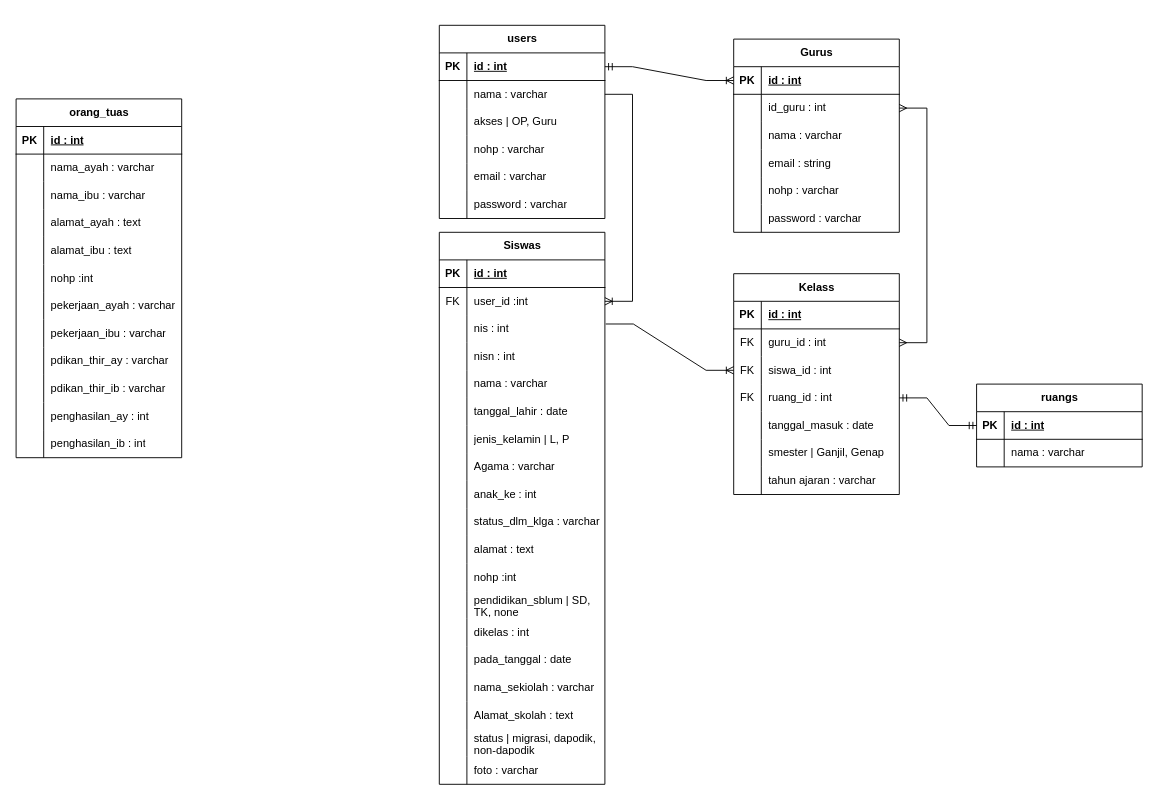
Earlier version of the draw.io diagram database.drawio (XxGembelxX/Rancangan_KP). Source tidied: cells renumbered, new cells numbered last; positions are measured from the earlier drawing's top-left corner, leaving out a move shared by most shapes. Both pictures are drawn from the tidied source at 92%, with x=0, y=0 at pixel (16, 25).
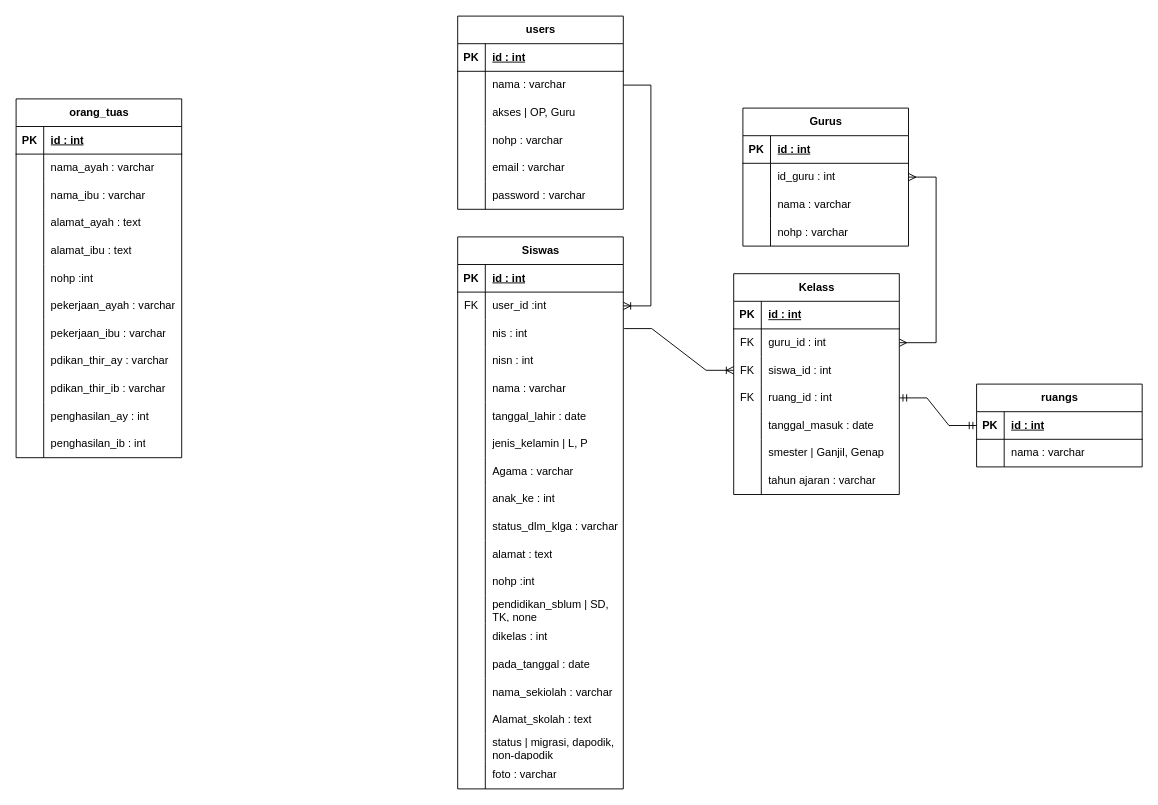
The same diagram, later.

Unchanged cells that the change refers to:
```xml
<mxCell id="3" style="shape=tableRow;horizontal=0;startSize=0;swimlaneHead=0;swimlaneBody=0;fillColor=none;points=[[0,0.5],[1,0.5]];portConstraint=eastwest;top=0;left=0;right=0;bottom=1;rounded=0;labelBackgroundColor=none;" parent="2" vertex="1">
  <mxGeometry y="30" width="180" height="30" as="geometry" />
</mxCell>
```

The edit, as a diff of the source:
```diff
@@
     <mxCell id="2" value="users" style="shape=table;startSize=30;childLayout=tableLayout;rowLines=0;fontStyle=1;align=center;html=1;rounded=0;labelBackgroundColor=none;" parent="1" vertex="1">
-      <mxGeometry x="460" width="180" height="210" as="geometry" />
+      <mxGeometry x="480" y="-10" width="180" height="210" as="geometry" />
     </mxCell>
@@
     <mxCell id="21" value="Siswas" style="shape=table;startSize=30;childLayout=tableLayout;rowLines=0;fontStyle=1;align=center;html=1;rounded=0;labelBackgroundColor=none;" parent="1" vertex="1">
-      <mxGeometry x="460" y="225" width="180" height="600" as="geometry" />
+      <mxGeometry x="480" y="230" width="180" height="600" as="geometry" />
     </mxCell>
@@
     <mxCell id="79" value="Gurus" style="shape=table;startSize=30;childLayout=tableLayout;rowLines=0;fontStyle=1;align=center;html=1;rounded=0;labelBackgroundColor=none;" parent="1" vertex="1">
-      <mxGeometry x="780" y="15" width="180" height="210" as="geometry" />
+      <mxGeometry x="790" y="90" width="180" height="150" as="geometry" />
     </mxCell>
@@
-    <mxCell id="89" style="shape=tableRow;horizontal=0;startSize=0;swimlaneHead=0;swimlaneBody=0;fillColor=none;top=0;left=0;right=0;bottom=0;rounded=0;labelBackgroundColor=none;" parent="79" vertex="1">
-      <mxGeometry y="120" width="180" height="30" as="geometry" />
-    </mxCell>
-    <mxCell id="90" style="shape=partialRectangle;fillColor=none;top=0;left=0;bottom=0;right=0;overflow=hidden;whiteSpace=wrap;html=1;rounded=0;labelBackgroundColor=none;" parent="89" vertex="1">
-      <mxGeometry width="30" height="30" as="geometry" />
-    </mxCell>
-    <mxCell id="91" value="email : string" style="shape=partialRectangle;fillColor=none;top=0;left=0;bottom=0;right=0;align=left;spacingLeft=6;overflow=hidden;whiteSpace=wrap;html=1;rounded=0;labelBackgroundColor=none;" parent="89" vertex="1">
-      <mxGeometry x="30" width="150" height="30" as="geometry" />
-    </mxCell>
     <mxCell id="92" style="shape=tableRow;horizontal=0;startSize=0;swimlaneHead=0;swimlaneBody=0;fillColor=none;top=0;left=0;right=0;bottom=0;rounded=0;labelBackgroundColor=none;" parent="79" vertex="1">
-      <mxGeometry y="150" width="180" height="30" as="geometry" />
+      <mxGeometry y="120" width="180" height="30" as="geometry" />
     </mxCell>
@@
-    <mxCell id="95" style="shape=tableRow;horizontal=0;startSize=0;swimlaneHead=0;swimlaneBody=0;fillColor=none;top=0;left=0;right=0;bottom=0;rounded=0;labelBackgroundColor=none;" parent="79" vertex="1">
-      <mxGeometry y="180" width="180" height="30" as="geometry" />
-    </mxCell>
-    <mxCell id="96" style="shape=partialRectangle;fillColor=none;top=0;left=0;bottom=0;right=0;overflow=hidden;whiteSpace=wrap;html=1;rounded=0;labelBackgroundColor=none;" parent="95" vertex="1">
-      <mxGeometry width="30" height="30" as="geometry" />
-    </mxCell>
-    <mxCell id="97" value="password : varchar" style="shape=partialRectangle;fillColor=none;top=0;left=0;bottom=0;right=0;align=left;spacingLeft=6;overflow=hidden;whiteSpace=wrap;html=1;rounded=0;labelBackgroundColor=none;" parent="95" vertex="1">
-      <mxGeometry x="30" width="150" height="30" as="geometry" />
-    </mxCell>
-    <mxCell id="98" style="edgeStyle=entityRelationEdgeStyle;fontSize=12;html=1;endArrow=ERoneToMany;startArrow=ERmandOne;rounded=0;exitX=1;exitY=0.5;exitDx=0;exitDy=0;labelBackgroundColor=none;fontColor=default;" parent="1" edge="1" source="3">
-      <mxGeometry relative="1" as="geometry">
-        <mxPoint x="780" y="60" as="targetPoint" />
-      </mxGeometry>
-    </mxCell>
```
